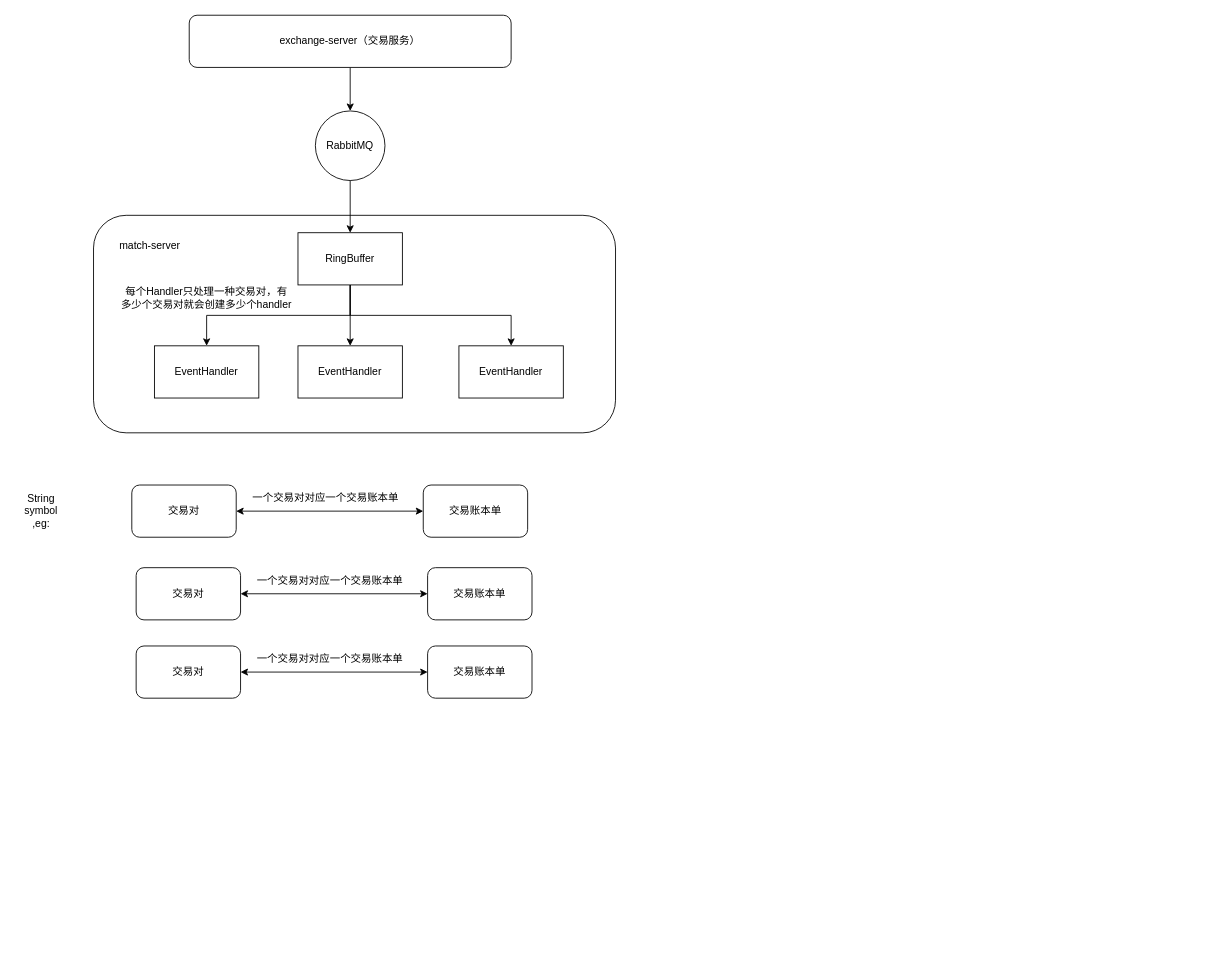
This is coin-exchange/撮合引擎开发.drawio from Chaimek/LearnPictures, a draw.io file, before an edit. Source tidied: cells renumbered, new cells numbered last; positions are measured from the earlier drawing's top-left corner, leaving out a move shared by most shapes. Both pictures are drawn from the tidied source at 87%, with x=0, y=0 at pixel (15, 15).
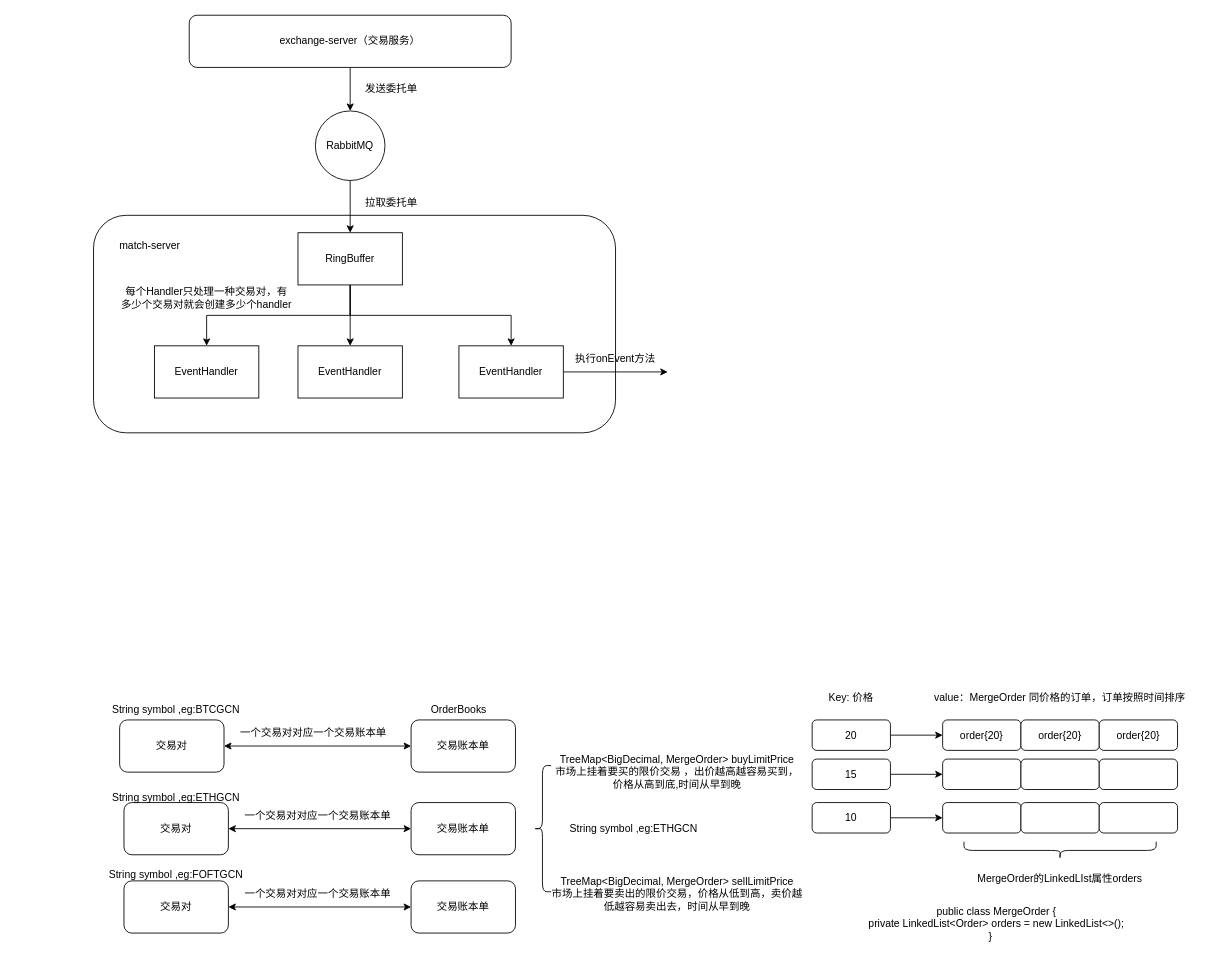
Above is the later version.

Commit message (it also covers changes not shown here):
更新撮合引擎开发.drawio

Unchanged cells that the change refers to:
```xml
<mxCell id="13" value="EventHandler" style="rounded=0;whiteSpace=wrap;html=1;" parent="1" vertex="1">
  <mxGeometry x="510" y="380" width="120" height="60" as="geometry" />
</mxCell>
```

Change to the diagram source:
```diff
@@
+    <mxCell id="29" style="edgeStyle=orthogonalEdgeStyle;rounded=0;jettySize=auto;html=1;exitX=1;exitY=0.5;exitDx=0;exitDy=0;entryX=0;entryY=0.5;entryDx=0;entryDy=0;" parent="1" edge="1" source="13">
+      <mxGeometry relative="1" as="geometry">
+        <mxPoint x="750" y="410" as="targetPoint" />
+      </mxGeometry>
+    </mxCell>
@@
     <mxCell id="16" value="交易对" style="rounded=1;whiteSpace=wrap;html=1;" parent="1" vertex="1">
-      <mxGeometry x="134" y="540" width="120" height="60" as="geometry" />
+      <mxGeometry x="120" y="810" width="120" height="60" as="geometry" />
     </mxCell>
     <mxCell id="17" value="交易账本单" style="rounded=1;whiteSpace=wrap;html=1;" parent="1" vertex="1">
-      <mxGeometry x="469" y="540" width="120" height="60" as="geometry" />
+      <mxGeometry x="455" y="810" width="120" height="60" as="geometry" />
     </mxCell>
@@
     <mxCell id="19" value="一个交易对对应一个交易账本单" style="text;html=1;strokeColor=none;fillColor=none;align=center;verticalAlign=middle;whiteSpace=wrap;rounded=0;" parent="1" vertex="1">
-      <mxGeometry x="264" y="540" width="186" height="30" as="geometry" />
+      <mxGeometry x="250" y="810" width="186" height="30" as="geometry" />
     </mxCell>
     <mxCell id="20" value="交易对" style="rounded=1;whiteSpace=wrap;html=1;" parent="1" vertex="1">
-      <mxGeometry x="139" y="635" width="120" height="60" as="geometry" />
+      <mxGeometry x="125" y="905" width="120" height="60" as="geometry" />
     </mxCell>
     <mxCell id="21" value="交易账本单" style="rounded=1;whiteSpace=wrap;html=1;" parent="1" vertex="1">
-      <mxGeometry x="474" y="635" width="120" height="60" as="geometry" />
+      <mxGeometry x="455" y="905" width="120" height="60" as="geometry" />
     </mxCell>
@@
     <mxCell id="23" value="一个交易对对应一个交易账本单" style="text;html=1;strokeColor=none;fillColor=none;align=center;verticalAlign=middle;whiteSpace=wrap;rounded=0;" parent="1" vertex="1">
-      <mxGeometry x="269" y="635" width="186" height="30" as="geometry" />
+      <mxGeometry x="255" y="905" width="186" height="30" as="geometry" />
     </mxCell>
     <mxCell id="24" value="交易对" style="rounded=1;whiteSpace=wrap;html=1;" parent="1" vertex="1">
-      <mxGeometry x="139" y="725" width="120" height="60" as="geometry" />
+      <mxGeometry x="125" y="995" width="120" height="60" as="geometry" />
     </mxCell>
     <mxCell id="25" value="交易账本单" style="rounded=1;whiteSpace=wrap;html=1;" parent="1" vertex="1">
-      <mxGeometry x="474" y="725" width="120" height="60" as="geometry" />
+      <mxGeometry x="455" y="995" width="120" height="60" as="geometry" />
     </mxCell>
@@
     <mxCell id="27" value="一个交易对对应一个交易账本单" style="text;html=1;strokeColor=none;fillColor=none;align=center;verticalAlign=middle;whiteSpace=wrap;rounded=0;" parent="1" vertex="1">
-      <mxGeometry x="269" y="725" width="186" height="30" as="geometry" />
+      <mxGeometry x="255" y="995" width="186" height="30" as="geometry" />
     </mxCell>
-    <mxCell id="28" value="String symbol ,eg:" style="text;html=1;strokeColor=none;fillColor=none;align=center;verticalAlign=middle;whiteSpace=wrap;rounded=0;" parent="1" vertex="1">
-      <mxGeometry y="555" width="60" height="30" as="geometry" />
+    <mxCell id="28" value="String symbol ,eg:BTCGCN" style="text;html=1;strokeColor=none;fillColor=none;align=center;verticalAlign=middle;whiteSpace=wrap;rounded=0;" parent="1" vertex="1">
+      <mxGeometry x="100" y="783.1" width="170" height="30" as="geometry" />
     </mxCell>
+    <mxCell id="30" value="String symbol ,eg:ETHGCN" style="text;html=1;strokeColor=none;fillColor=none;align=center;verticalAlign=middle;whiteSpace=wrap;rounded=0;" parent="1" vertex="1">
+      <mxGeometry x="100" y="885" width="170" height="30" as="geometry" />
+    </mxCell>
+    <mxCell id="31" value="String symbol ,eg:FOFTGCN" style="text;html=1;strokeColor=none;fillColor=none;align=center;verticalAlign=middle;whiteSpace=wrap;rounded=0;" parent="1" vertex="1">
+      <mxGeometry x="100" y="972.5" width="170" height="30" as="geometry" />
+    </mxCell>
+    <mxCell id="32" style="shape=curlyBracket;whiteSpace=wrap;html=1;rounded=1;labelPosition=left;verticalLabelPosition=middle;align=right;verticalAlign=middle;" parent="1" vertex="1">
+      <mxGeometry x="596" y="862.5" width="20" height="145" as="geometry" />
+    </mxCell>
+    <mxCell id="33" value="TreeMap&amp;lt;BigDecimal, MergeOrder&amp;gt; buyLimitPrice&lt;br&gt;市场上挂着要买的限价交易 ，出价越高越容易买到，价格从高到底,时间从早到晚" style="text;html=1;strokeColor=none;fillColor=none;align=center;verticalAlign=middle;whiteSpace=wrap;rounded=0;" parent="1" vertex="1">
+      <mxGeometry x="616" y="855" width="290" height="30" as="geometry" />
+    </mxCell>
+    <mxCell id="34" value="String symbol ,eg:ETHGCN" style="text;html=1;strokeColor=none;fillColor=none;align=center;verticalAlign=middle;whiteSpace=wrap;rounded=0;" parent="1" vertex="1">
+      <mxGeometry x="626" y="920" width="170" height="30" as="geometry" />
+    </mxCell>
+    <mxCell id="35" value="TreeMap&amp;lt;BigDecimal, MergeOrder&amp;gt; sellLimitPrice&lt;br&gt;市场上挂着要卖出的限价交易，价格从低到高，卖价越低越容易卖出去，时间从早到晚" style="text;html=1;strokeColor=none;fillColor=none;align=center;verticalAlign=middle;whiteSpace=wrap;rounded=0;" parent="1" vertex="1">
+      <mxGeometry x="616" y="995" width="290" height="30" as="geometry" />
+    </mxCell>
+    <mxCell id="36" style="edgeStyle=orthogonalEdgeStyle;rounded=0;jettySize=auto;html=1;exitX=1;exitY=0.5;exitDx=0;exitDy=0;entryX=0;entryY=0.5;entryDx=0;entryDy=0;" parent="1" edge="1" source="37" target="42">
+      <mxGeometry relative="1" as="geometry" />
+    </mxCell>
+    <mxCell id="37" value="20" style="rounded=1;whiteSpace=wrap;html=1;" parent="1" vertex="1">
+      <mxGeometry x="916" y="810" width="90" height="35" as="geometry" />
+    </mxCell>
+    <mxCell id="38" style="edgeStyle=orthogonalEdgeStyle;rounded=0;jettySize=auto;html=1;exitX=1;exitY=0.5;exitDx=0;exitDy=0;" parent="1" edge="1" source="39" target="43">
+      <mxGeometry relative="1" as="geometry" />
+    </mxCell>
+    <mxCell id="39" value="10" style="rounded=1;whiteSpace=wrap;html=1;" parent="1" vertex="1">
+      <mxGeometry x="916" y="905" width="90" height="35" as="geometry" />
+    </mxCell>
+    <mxCell id="40" style="edgeStyle=orthogonalEdgeStyle;rounded=0;jettySize=auto;html=1;exitX=1;exitY=0.5;exitDx=0;exitDy=0;entryX=0;entryY=0.5;entryDx=0;entryDy=0;" parent="1" edge="1" source="41" target="44">
+      <mxGeometry relative="1" as="geometry" />
+    </mxCell>
+    <mxCell id="41" value="15" style="rounded=1;whiteSpace=wrap;html=1;" parent="1" vertex="1">
+      <mxGeometry x="916" y="855" width="90" height="35" as="geometry" />
+    </mxCell>
+    <mxCell id="42" value="order{20}" style="rounded=1;whiteSpace=wrap;html=1;" parent="1" vertex="1">
+      <mxGeometry x="1066" y="810" width="90" height="35" as="geometry" />
+    </mxCell>
+    <mxCell id="43" style="rounded=1;whiteSpace=wrap;html=1;" parent="1" vertex="1">
+      <mxGeometry x="1066" y="905" width="90" height="35" as="geometry" />
+    </mxCell>
+    <mxCell id="44" style="rounded=1;whiteSpace=wrap;html=1;" parent="1" vertex="1">
+      <mxGeometry x="1066" y="855" width="90" height="35" as="geometry" />
+    </mxCell>
+    <mxCell id="45" value="order{20}" style="rounded=1;whiteSpace=wrap;html=1;" parent="1" vertex="1">
+      <mxGeometry x="1156" y="810" width="90" height="35" as="geometry" />
+    </mxCell>
+    <mxCell id="46" style="rounded=1;whiteSpace=wrap;html=1;" parent="1" vertex="1">
+      <mxGeometry x="1156" y="905" width="90" height="35" as="geometry" />
+    </mxCell>
+    <mxCell id="47" style="rounded=1;whiteSpace=wrap;html=1;" parent="1" vertex="1">
+      <mxGeometry x="1156" y="855" width="90" height="35" as="geometry" />
+    </mxCell>
+    <mxCell id="48" value="order{20}" style="rounded=1;whiteSpace=wrap;html=1;" parent="1" vertex="1">
+      <mxGeometry x="1246" y="810" width="90" height="35" as="geometry" />
+    </mxCell>
+    <mxCell id="49" style="rounded=1;whiteSpace=wrap;html=1;" parent="1" vertex="1">
+      <mxGeometry x="1246" y="905" width="90" height="35" as="geometry" />
+    </mxCell>
+    <mxCell id="50" style="rounded=1;whiteSpace=wrap;html=1;" parent="1" vertex="1">
+      <mxGeometry x="1246" y="855" width="90" height="35" as="geometry" />
+    </mxCell>
+    <mxCell id="51" value="Key: 价格" style="text;html=1;strokeColor=none;fillColor=none;align=center;verticalAlign=middle;whiteSpace=wrap;rounded=0;" parent="1" vertex="1">
+      <mxGeometry x="931" y="770" width="60" height="30" as="geometry" />
+    </mxCell>
+    <mxCell id="52" value="value：MergeOrder 同价格的订单，订单按照时间排序" style="text;html=1;strokeColor=none;fillColor=none;align=center;verticalAlign=middle;whiteSpace=wrap;rounded=0;" parent="1" vertex="1">
+      <mxGeometry x="1051" y="770" width="300" height="30" as="geometry" />
+    </mxCell>
+    <mxCell id="53" value="&lt;div&gt;public class MergeOrder {&lt;/div&gt;&lt;div&gt;&amp;nbsp; &amp;nbsp; private LinkedList&amp;lt;Order&amp;gt; orders = new LinkedList&amp;lt;&amp;gt;();&amp;nbsp; &amp;nbsp;&amp;nbsp;&lt;/div&gt;&lt;div&gt;}&amp;nbsp; &amp;nbsp;&amp;nbsp;&lt;/div&gt;" style="text;html=1;strokeColor=none;fillColor=none;align=center;verticalAlign=middle;whiteSpace=wrap;rounded=0;" parent="1" vertex="1">
+      <mxGeometry x="933" y="1007.5" width="390" height="75" as="geometry" />
+    </mxCell>
+    <mxCell id="54" style="shape=curlyBracket;whiteSpace=wrap;html=1;rounded=1;flipH=1;labelPosition=right;verticalLabelPosition=middle;align=left;verticalAlign=middle;direction=north;" parent="1" vertex="1">
+      <mxGeometry x="1090.5" y="950" width="220.9" height="20" as="geometry" />
+    </mxCell>
+    <mxCell id="55" value="MergeOrder的LinkedLIst属性orders" style="text;html=1;strokeColor=none;fillColor=none;align=center;verticalAlign=middle;whiteSpace=wrap;rounded=0;" parent="1" vertex="1">
+      <mxGeometry x="1079" y="977.5" width="244" height="30" as="geometry" />
+    </mxCell>
+    <mxCell id="56" value="发送委托单" style="text;html=1;strokeColor=none;fillColor=none;align=center;verticalAlign=middle;whiteSpace=wrap;rounded=0;" parent="1" vertex="1">
+      <mxGeometry x="395" y="70" width="75" height="30" as="geometry" />
+    </mxCell>
+    <mxCell id="57" value="拉取委托单" style="text;html=1;strokeColor=none;fillColor=none;align=center;verticalAlign=middle;whiteSpace=wrap;rounded=0;" parent="1" vertex="1">
+      <mxGeometry x="395" y="201" width="75" height="30" as="geometry" />
+    </mxCell>
+    <mxCell id="58" value="OrderBooks" style="text;html=1;strokeColor=none;fillColor=none;align=center;verticalAlign=middle;whiteSpace=wrap;rounded=0;" parent="1" vertex="1">
+      <mxGeometry x="480" y="783.1" width="60" height="30" as="geometry" />
+    </mxCell>
+    <mxCell id="59" value="执行onEvent方法" style="text;html=1;strokeColor=none;fillColor=none;align=center;verticalAlign=middle;whiteSpace=wrap;rounded=0;" parent="1" vertex="1">
+      <mxGeometry x="640" y="380" width="100" height="30" as="geometry" />
+    </mxCell>
```
